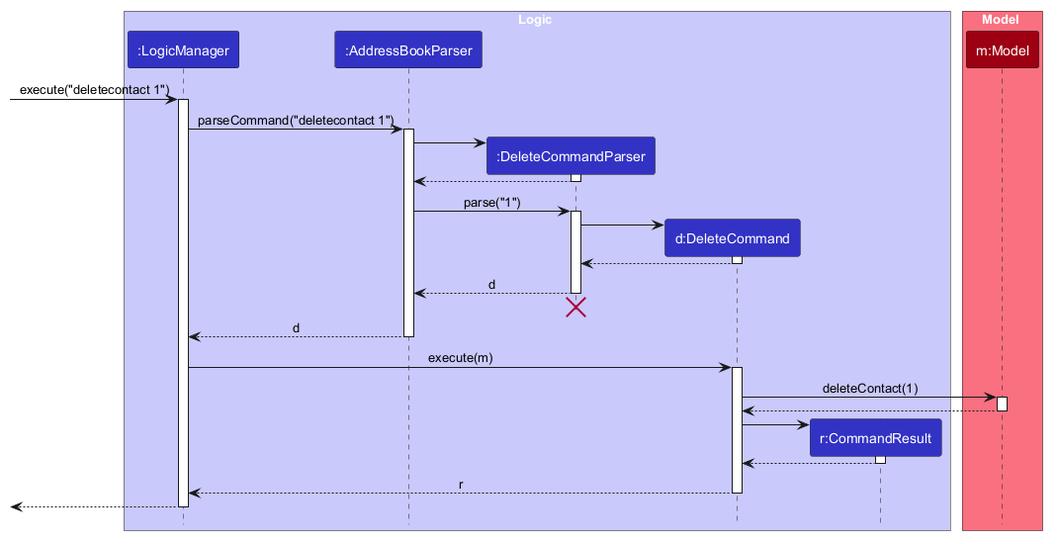
Above: docs/images/DeleteSequenceDiagram.png in AY2627S1-CS2103T-T13-3/tp (PlantUML), before the change.
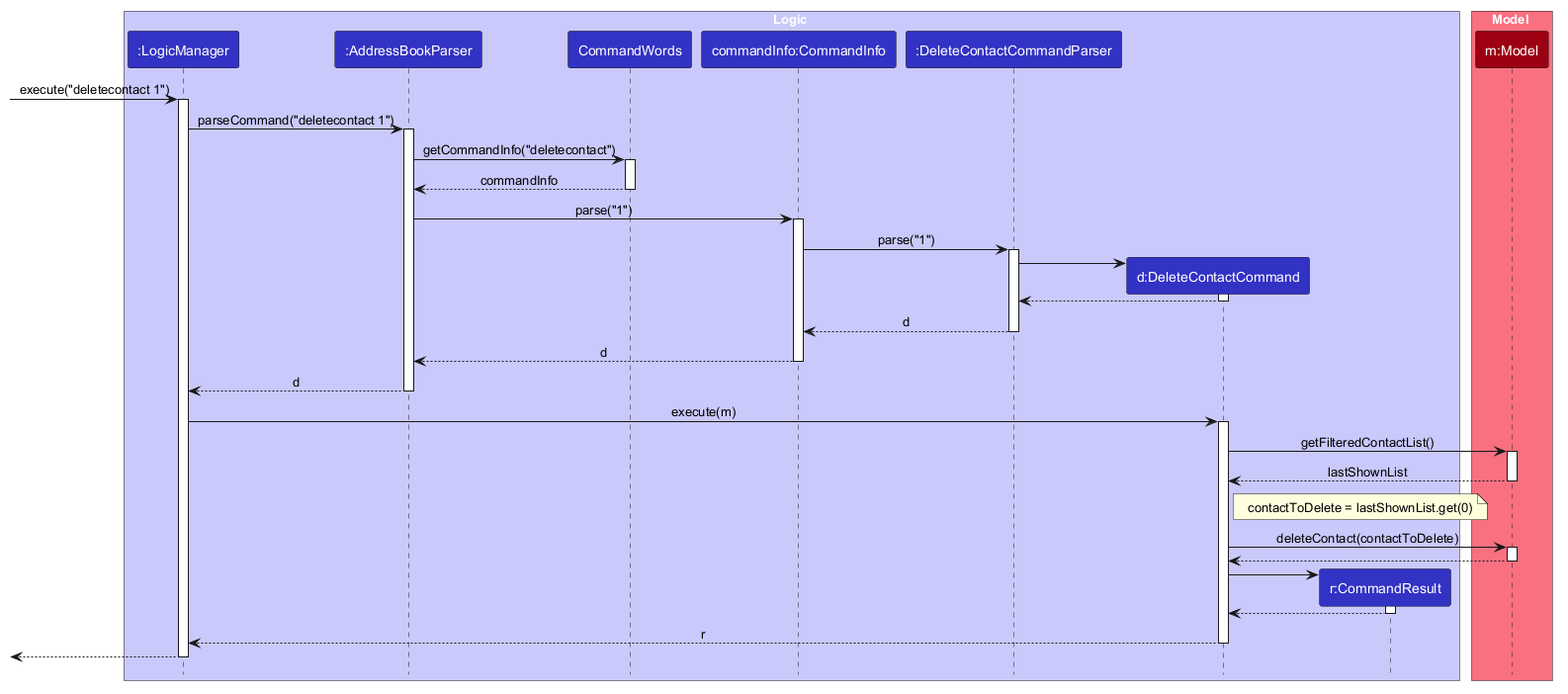
The same diagram one commit later.

The edit, as a diff of the source:
```diff
@@ -5,8 +5,10 @@
 box Logic LOGIC_COLOR_T1
 participant ":LogicManager" as LogicManager LOGIC_COLOR
 participant ":AddressBookParser" as AddressBookParser LOGIC_COLOR
-participant ":DeleteCommandParser" as DeleteCommandParser LOGIC_COLOR
-participant "d:DeleteCommand" as DeleteCommand LOGIC_COLOR
+participant "CommandWords" as CommandWords LOGIC_COLOR
+participant "commandInfo:CommandInfo" as CommandInfo LOGIC_COLOR
+participant ":DeleteContactCommandParser" as DeleteContactCommandParser LOGIC_COLOR
+participant "d:DeleteContactCommand" as DeleteContactCommand LOGIC_COLOR
 participant "r:CommandResult" as CommandResult LOGIC_COLOR
 end box
 
@@ -20,49 +22,60 @@
 LogicManager -> AddressBookParser : parseCommand("deletecontact 1")
 activate AddressBookParser
 
-create DeleteCommandParser
-AddressBookParser -> DeleteCommandParser
-activate DeleteCommandParser
+AddressBookParser -> CommandWords : getCommandInfo("deletecontact")
+activate CommandWords
 
-DeleteCommandParser --> AddressBookParser
-deactivate DeleteCommandParser
+CommandWords --> AddressBookParser : commandInfo
+deactivate CommandWords
 
-AddressBookParser -> DeleteCommandParser : parse("1")
-activate DeleteCommandParser
+AddressBookParser -> CommandInfo : parse("1")
+activate CommandInfo
 
-create DeleteCommand
-DeleteCommandParser -> DeleteCommand
-activate DeleteCommand
+CommandInfo -> DeleteContactCommandParser : parse("1")
+activate DeleteContactCommandParser
 
-DeleteCommand --> DeleteCommandParser :
-deactivate DeleteCommand
+create DeleteContactCommand
+DeleteContactCommandParser -> DeleteContactCommand
+activate DeleteContactCommand
 
-DeleteCommandParser --> AddressBookParser : d
-deactivate DeleteCommandParser
-DeleteCommandParser -[hidden]-> AddressBookParser
-destroy DeleteCommandParser
+DeleteContactCommand --> DeleteContactCommandParser :
+deactivate DeleteContactCommand
+
+DeleteContactCommandParser --> CommandInfo : d
+deactivate DeleteContactCommandParser
+
+CommandInfo --> AddressBookParser : d
+deactivate CommandInfo
 
 AddressBookParser --> LogicManager : d
 deactivate AddressBookParser
 
-LogicManager -> DeleteCommand : execute(m)
-activate DeleteCommand
+LogicManager -> DeleteContactCommand : execute(m)
+activate DeleteContactCommand
 
-DeleteCommand -> Model : deleteContact(1)
+DeleteContactCommand -> Model : getFilteredContactList()
 activate Model
 
-Model --> DeleteCommand
+Model --> DeleteContactCommand : lastShownList
+deactivate Model
+
+note right of DeleteContactCommand : contactToDelete = lastShownList.get(0)
+
+DeleteContactCommand -> Model : deleteContact(contactToDelete)
+activate Model
+
+Model --> DeleteContactCommand
 deactivate Model
 
 create CommandResult
-DeleteCommand -> CommandResult
+DeleteContactCommand -> CommandResult
 activate CommandResult
 
-CommandResult --> DeleteCommand
+CommandResult --> DeleteContactCommand
 deactivate CommandResult
 
-DeleteCommand --> LogicManager : r
-deactivate DeleteCommand
+DeleteContactCommand --> LogicManager : r
+deactivate DeleteContactCommand
 
 [<--LogicManager
 deactivate LogicManager
```
